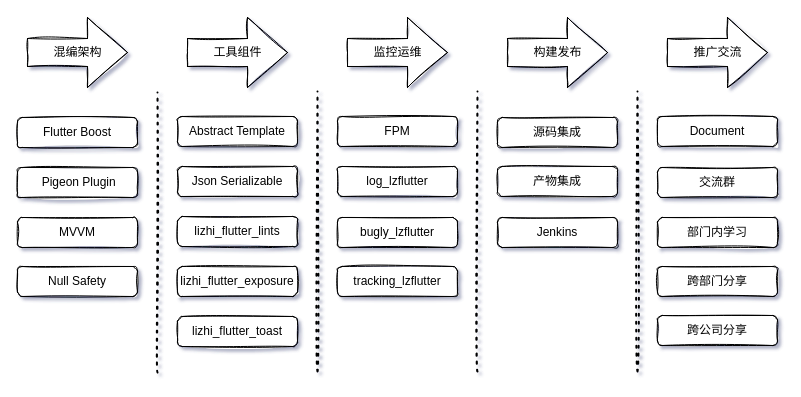
The draw.io diagram drawio/flutter.drawio in zhixinpeng/storage, before the edit. Source tidied: cells renumbered, new cells numbered last; positions are measured from the earlier drawing's top-left corner, leaving out a move shared by most shapes. Both pictures are drawn from the tidied source at 100%, with x=0, y=0 at pixel (17, 17).
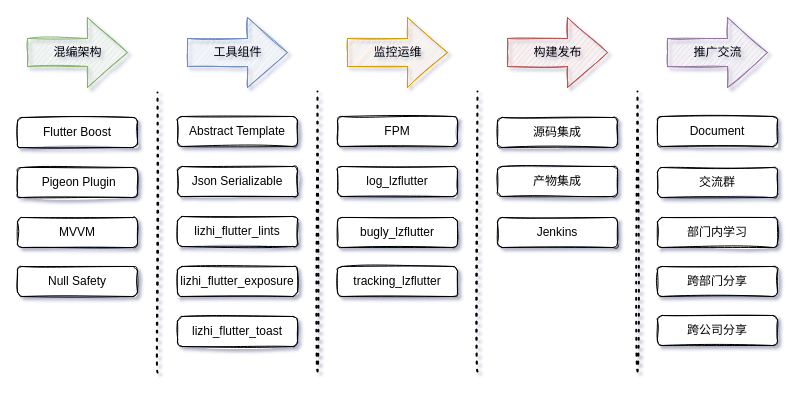
Above is the later version.

The edit, as a diff of the source:
```diff
@@
-    <mxCell id="2" value="混编架构" style="html=1;shadow=0;dashed=0;align=center;verticalAlign=middle;shape=mxgraph.arrows2.arrow;dy=0.6;dx=40;notch=0;sketch=1;rounded=1;" parent="1" vertex="1">
+    <mxCell id="2" value="混编架构" style="html=1;shadow=0;dashed=0;align=center;verticalAlign=middle;shape=mxgraph.arrows2.arrow;dy=0.6;dx=40;notch=0;sketch=1;rounded=1;fillColor=#d5e8d4;strokeColor=#82b366;" parent="1" vertex="1">
       <mxGeometry x="10" width="100" height="70" as="geometry" />
     </mxCell>
-    <mxCell id="3" value="工具组件" style="html=1;shadow=0;dashed=0;align=center;verticalAlign=middle;shape=mxgraph.arrows2.arrow;dy=0.6;dx=40;notch=0;sketch=1;rounded=1;" parent="1" vertex="1">
+    <mxCell id="3" value="工具组件" style="html=1;shadow=0;dashed=0;align=center;verticalAlign=middle;shape=mxgraph.arrows2.arrow;dy=0.6;dx=40;notch=0;sketch=1;rounded=1;fillColor=#dae8fc;strokeColor=#6c8ebf;" parent="1" vertex="1">
       <mxGeometry x="170" width="100" height="70" as="geometry" />
     </mxCell>
-    <mxCell id="4" value="监控运维" style="html=1;shadow=0;dashed=0;align=center;verticalAlign=middle;shape=mxgraph.arrows2.arrow;dy=0.6;dx=40;notch=0;sketch=1;rounded=1;" parent="1" vertex="1">
+    <mxCell id="4" value="监控运维" style="html=1;shadow=0;dashed=0;align=center;verticalAlign=middle;shape=mxgraph.arrows2.arrow;dy=0.6;dx=40;notch=0;sketch=1;rounded=1;fillColor=#ffe6cc;strokeColor=#d79b00;" parent="1" vertex="1">
       <mxGeometry x="330" width="100" height="70" as="geometry" />
     </mxCell>
-    <mxCell id="5" value="构建发布" style="html=1;shadow=0;dashed=0;align=center;verticalAlign=middle;shape=mxgraph.arrows2.arrow;dy=0.6;dx=40;notch=0;sketch=1;rounded=1;" parent="1" vertex="1">
+    <mxCell id="5" value="构建发布" style="html=1;shadow=0;dashed=0;align=center;verticalAlign=middle;shape=mxgraph.arrows2.arrow;dy=0.6;dx=40;notch=0;sketch=1;rounded=1;fillColor=#f8cecc;strokeColor=#b85450;" parent="1" vertex="1">
       <mxGeometry x="490" width="100" height="70" as="geometry" />
     </mxCell>
-    <mxCell id="6" value="推广交流" style="html=1;shadow=0;dashed=0;align=center;verticalAlign=middle;shape=mxgraph.arrows2.arrow;dy=0.6;dx=40;notch=0;sketch=1;rounded=1;" parent="1" vertex="1">
+    <mxCell id="6" value="推广交流" style="html=1;shadow=0;dashed=0;align=center;verticalAlign=middle;shape=mxgraph.arrows2.arrow;dy=0.6;dx=40;notch=0;sketch=1;rounded=1;fillColor=#e1d5e7;strokeColor=#9673a6;" parent="1" vertex="1">
       <mxGeometry x="650" width="100" height="70" as="geometry" />
     </mxCell>
```
